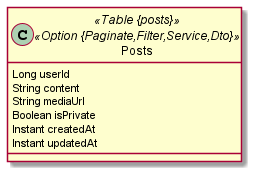
This is infra/db/jdl/post_db.png from shegga9x/AppF4, a PlantUML export, as it was before one commit.
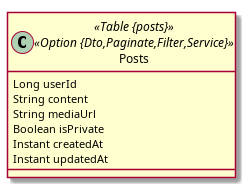
Above is the later version.

What changed in the source:
```diff
@@ -1,6 +1,7 @@
 @startuml
+	!pragma layout smetana
 	!pragma syntax class
-	class Posts <<Table {posts}>><<Option {Paginate,Filter,Service,Dto}>> {
+	class Posts <<Table {posts}>><<Option {Dto,Paginate,Filter,Service}>> {
 		Long userId
 		String content
 		String mediaUrl
```
